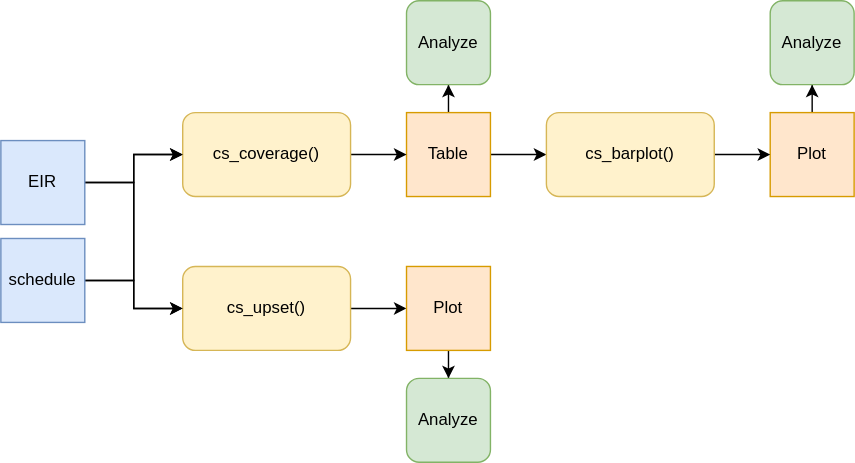
Above: vignettes/cs_workflow.svg in IM-Data-PAHO/pahoabc (draw.io), before the change. Source tidied: cells renumbered, new cells last; positions are measured from the earlier drawing's top-left corner, leaving out a move shared by most shapes. Source of this version:
```xml
<mxGraphModel>
  <root>
    <mxCell id="0" />
    <mxCell id="1" parent="0" />
    <mxCell id="2" style="edgeStyle=orthogonalEdgeStyle;rounded=0;jettySize=auto;html=1;" parent="1" edge="1" source="4" target="20">
      <mxGeometry relative="1" as="geometry" />
    </mxCell>
    <mxCell id="3" style="edgeStyle=orthogonalEdgeStyle;rounded=0;jettySize=auto;html=1;" parent="1" edge="1" source="4" target="21">
      <mxGeometry relative="1" as="geometry" />
    </mxCell>
    <mxCell id="4" value="Table" style="rounded=0;whiteSpace=wrap;html=1;fillColor=#ffe6cc;strokeColor=#d79b00;" parent="1" vertex="1">
      <mxGeometry x="290" y="80" width="60" height="60" as="geometry" />
    </mxCell>
    <mxCell id="5" style="edgeStyle=orthogonalEdgeStyle;rounded=0;jettySize=auto;html=1;" parent="1" edge="1" source="6" target="23">
      <mxGeometry relative="1" as="geometry" />
    </mxCell>
    <mxCell id="6" value="Plot" style="rounded=0;whiteSpace=wrap;html=1;fillColor=#ffe6cc;strokeColor=#d79b00;" parent="1" vertex="1">
      <mxGeometry x="550" y="80" width="60" height="60" as="geometry" />
    </mxCell>
    <mxCell id="7" style="edgeStyle=orthogonalEdgeStyle;rounded=0;jettySize=auto;html=1;entryX=0;entryY=0.5;entryDx=0;entryDy=0;" parent="1" edge="1" source="8" target="4">
      <mxGeometry relative="1" as="geometry" />
    </mxCell>
    <mxCell id="8" value="cs_coverage()" style="rounded=1;whiteSpace=wrap;html=1;fillColor=#fff2cc;strokeColor=#d6b656;" parent="1" vertex="1">
      <mxGeometry x="130" y="80" width="120" height="60" as="geometry" />
    </mxCell>
    <mxCell id="9" style="edgeStyle=orthogonalEdgeStyle;rounded=0;jettySize=auto;html=1;entryX=0;entryY=0.5;entryDx=0;entryDy=0;" parent="1" edge="1" source="10" target="12">
      <mxGeometry relative="1" as="geometry" />
    </mxCell>
    <mxCell id="10" value="cs_upset()" style="rounded=1;whiteSpace=wrap;html=1;fillColor=#fff2cc;strokeColor=#d6b656;" parent="1" vertex="1">
      <mxGeometry x="130" y="190" width="120" height="60" as="geometry" />
    </mxCell>
    <mxCell id="11" style="edgeStyle=orthogonalEdgeStyle;rounded=0;jettySize=auto;html=1;" parent="1" edge="1" source="12" target="22">
      <mxGeometry relative="1" as="geometry" />
    </mxCell>
    <mxCell id="12" value="Plot" style="rounded=0;whiteSpace=wrap;html=1;fillColor=#ffe6cc;strokeColor=#d79b00;" parent="1" vertex="1">
      <mxGeometry x="290" y="190" width="60" height="60" as="geometry" />
    </mxCell>
    <mxCell id="13" style="edgeStyle=orthogonalEdgeStyle;rounded=0;jettySize=auto;html=1;entryX=0;entryY=0.5;entryDx=0;entryDy=0;" parent="1" edge="1" source="15" target="8">
      <mxGeometry relative="1" as="geometry" />
    </mxCell>
    <mxCell id="14" style="edgeStyle=orthogonalEdgeStyle;rounded=0;jettySize=auto;html=1;entryX=0;entryY=0.5;entryDx=0;entryDy=0;" parent="1" edge="1" source="15" target="10">
      <mxGeometry relative="1" as="geometry" />
    </mxCell>
    <mxCell id="15" value="EIR" style="rounded=0;whiteSpace=wrap;html=1;fillColor=#dae8fc;strokeColor=#6c8ebf;" parent="1" vertex="1">
      <mxGeometry y="100" width="60" height="60" as="geometry" />
    </mxCell>
    <mxCell id="16" style="edgeStyle=orthogonalEdgeStyle;rounded=0;jettySize=auto;html=1;entryX=0;entryY=0.5;entryDx=0;entryDy=0;" parent="1" edge="1" source="18" target="8">
      <mxGeometry relative="1" as="geometry" />
    </mxCell>
    <mxCell id="17" style="edgeStyle=orthogonalEdgeStyle;rounded=0;jettySize=auto;html=1;entryX=0;entryY=0.5;entryDx=0;entryDy=0;" parent="1" edge="1" source="18" target="10">
      <mxGeometry relative="1" as="geometry" />
    </mxCell>
    <mxCell id="18" value="schedule" style="rounded=0;whiteSpace=wrap;html=1;fillColor=#dae8fc;strokeColor=#6c8ebf;" parent="1" vertex="1">
      <mxGeometry y="170" width="60" height="60" as="geometry" />
    </mxCell>
    <mxCell id="19" style="edgeStyle=orthogonalEdgeStyle;rounded=0;jettySize=auto;html=1;entryX=0;entryY=0.5;entryDx=0;entryDy=0;" parent="1" edge="1" source="20" target="6">
      <mxGeometry relative="1" as="geometry" />
    </mxCell>
    <mxCell id="20" value="cs_barplot()" style="rounded=1;whiteSpace=wrap;html=1;fillColor=#fff2cc;strokeColor=#d6b656;" parent="1" vertex="1">
      <mxGeometry x="390" y="80" width="120" height="60" as="geometry" />
    </mxCell>
    <mxCell id="21" value="Analyze" style="rounded=1;whiteSpace=wrap;html=1;fillColor=#d5e8d4;strokeColor=#82b366;" parent="1" vertex="1">
      <mxGeometry x="290" width="60" height="60" as="geometry" />
    </mxCell>
    <mxCell id="22" value="Analyze" style="rounded=1;whiteSpace=wrap;html=1;fillColor=#d5e8d4;strokeColor=#82b366;" parent="1" vertex="1">
      <mxGeometry x="290" y="270" width="60" height="60" as="geometry" />
    </mxCell>
    <mxCell id="23" value="Analyze" style="rounded=1;whiteSpace=wrap;html=1;fillColor=#d5e8d4;strokeColor=#82b366;" parent="1" vertex="1">
      <mxGeometry x="550" width="60" height="60" as="geometry" />
    </mxCell>
  </root>
</mxGraphModel>
```
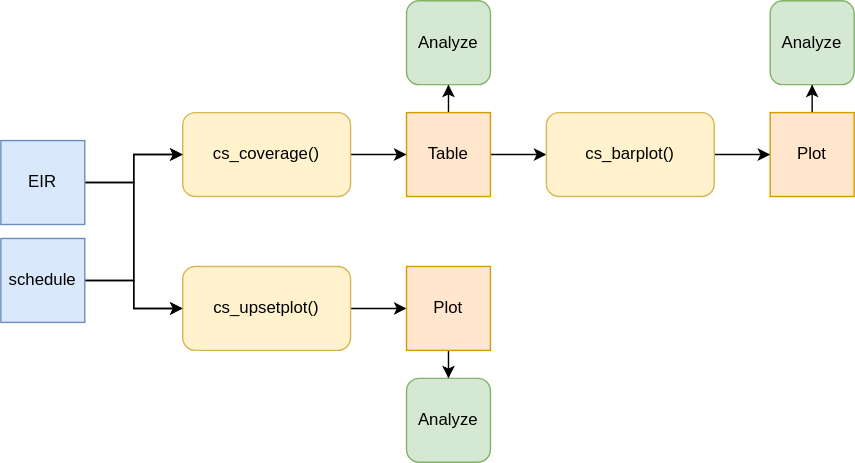
The same diagram one commit later.

Commit message:
Update workflow figure for cs vignette

Diff of the diagram source:
```diff
@@ -26,7 +26,7 @@
     <mxCell id="9" style="edgeStyle=orthogonalEdgeStyle;rounded=0;jettySize=auto;html=1;entryX=0;entryY=0.5;entryDx=0;entryDy=0;" parent="1" edge="1" source="10" target="12">
       <mxGeometry relative="1" as="geometry" />
     </mxCell>
-    <mxCell id="10" value="cs_upset()" style="rounded=1;whiteSpace=wrap;html=1;fillColor=#fff2cc;strokeColor=#d6b656;" parent="1" vertex="1">
+    <mxCell id="10" value="cs_upsetplot()" style="rounded=1;whiteSpace=wrap;html=1;fillColor=#fff2cc;strokeColor=#d6b656;" parent="1" vertex="1">
       <mxGeometry x="130" y="190" width="120" height="60" as="geometry" />
     </mxCell>
     <mxCell id="11" style="edgeStyle=orthogonalEdgeStyle;rounded=0;jettySize=auto;html=1;" parent="1" edge="1" source="12" target="22">
```
